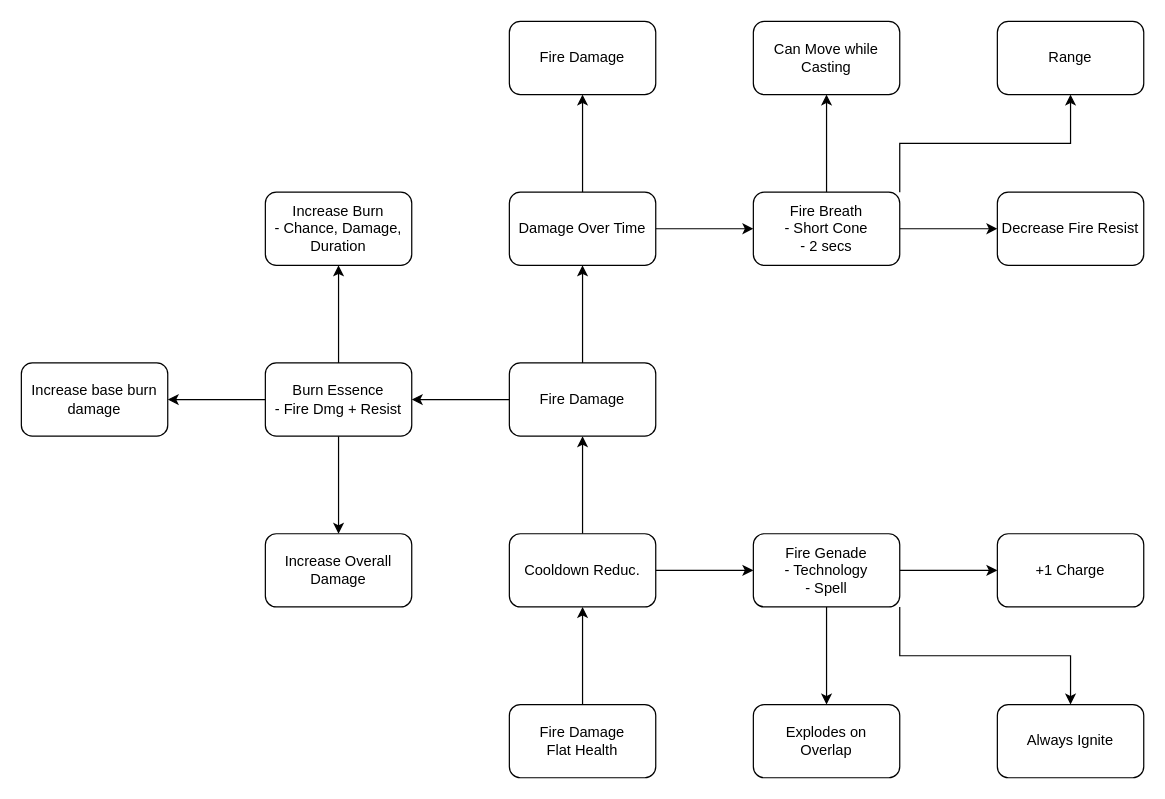
Earlier version of the draw.io diagram page "Pyro" (2 of 30) of Docs/SkillTree.drawio (LeVieuxSinge/RoguelikeGame). Source tidied: cells renumbered, new cells numbered last; positions are measured from the earlier drawing's top-left corner, leaving out a move shared by most shapes. Both pictures are drawn from the tidied source at 122%, with x=0, y=0 at pixel (21, 21).
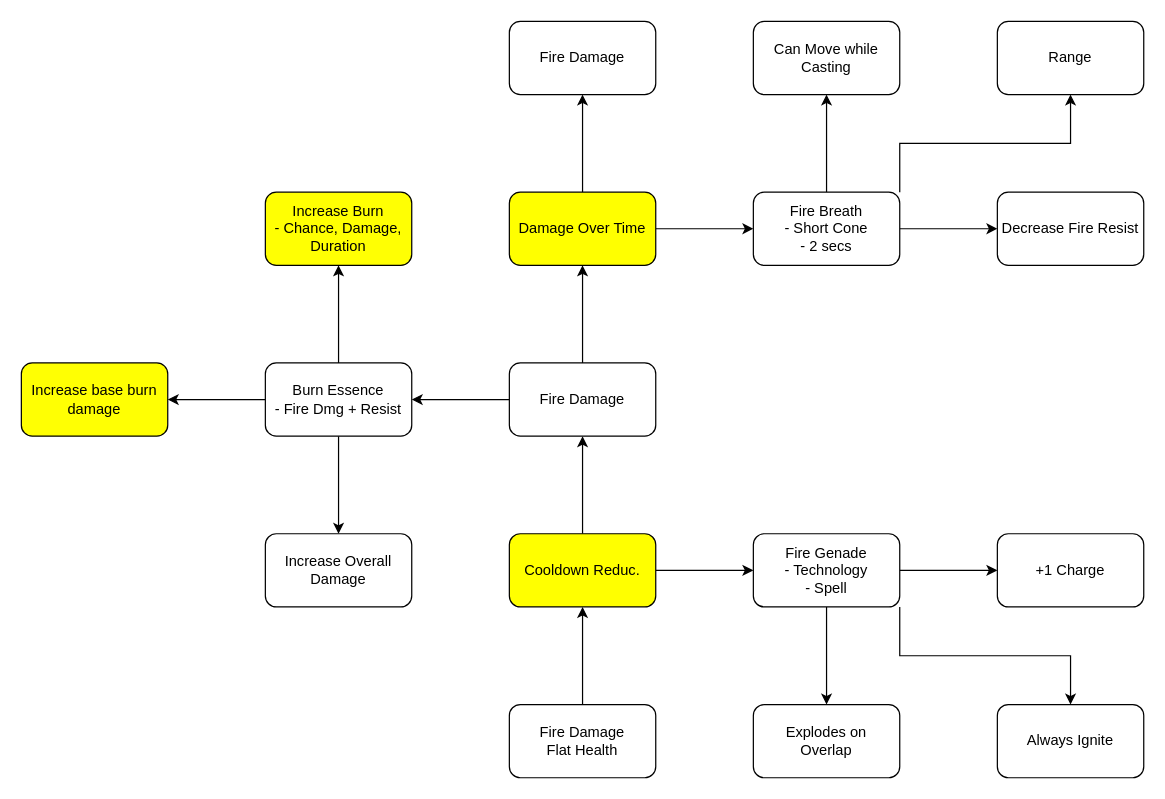
After the change.

Diff of the diagram source:
```diff
@@
-    <mxCell id="6" value="Cooldown Reduc." style="rounded=1;whiteSpace=wrap;html=1;" parent="1" vertex="1">
-      <mxGeometry x="400" y="420" width="120" height="60" as="geometry" />
-    </mxCell>
@@
-    <mxCell id="20" value="Damage Over Time" style="rounded=1;whiteSpace=wrap;html=1;" parent="1" vertex="1">
+    <mxCell id="20" value="Damage Over Time" style="rounded=1;whiteSpace=wrap;html=1;fillColor=#FFFF00;" parent="1" vertex="1">
       <mxGeometry x="400" y="140" width="120" height="60" as="geometry" />
     </mxCell>
@@
-    <mxCell id="30" value="Increase base burn damage" style="rounded=1;whiteSpace=wrap;html=1;" parent="1" vertex="1">
+    <mxCell id="30" value="Increase base burn damage" style="rounded=1;whiteSpace=wrap;html=1;fillColor=#FFFF03;" parent="1" vertex="1">
       <mxGeometry y="280" width="120" height="60" as="geometry" />
     </mxCell>
-    <mxCell id="31" value="Increase Burn&lt;br&gt;- Chance, Damage,&lt;br&gt;Duration" style="rounded=1;whiteSpace=wrap;html=1;" parent="1" vertex="1">
+    <mxCell id="31" value="Increase Burn&lt;br&gt;- Chance, Damage,&lt;br&gt;Duration" style="rounded=1;whiteSpace=wrap;html=1;fillColor=#FFFF03;" parent="1" vertex="1">
       <mxGeometry x="200" y="140" width="120" height="60" as="geometry" />
     </mxCell>
@@
+    <mxCell id="6" value="Cooldown Reduc." style="rounded=1;whiteSpace=wrap;html=1;fillColor=#FFFF00;" parent="1" vertex="1">
+      <mxGeometry x="400" y="420" width="120" height="60" as="geometry" />
+    </mxCell>
```
